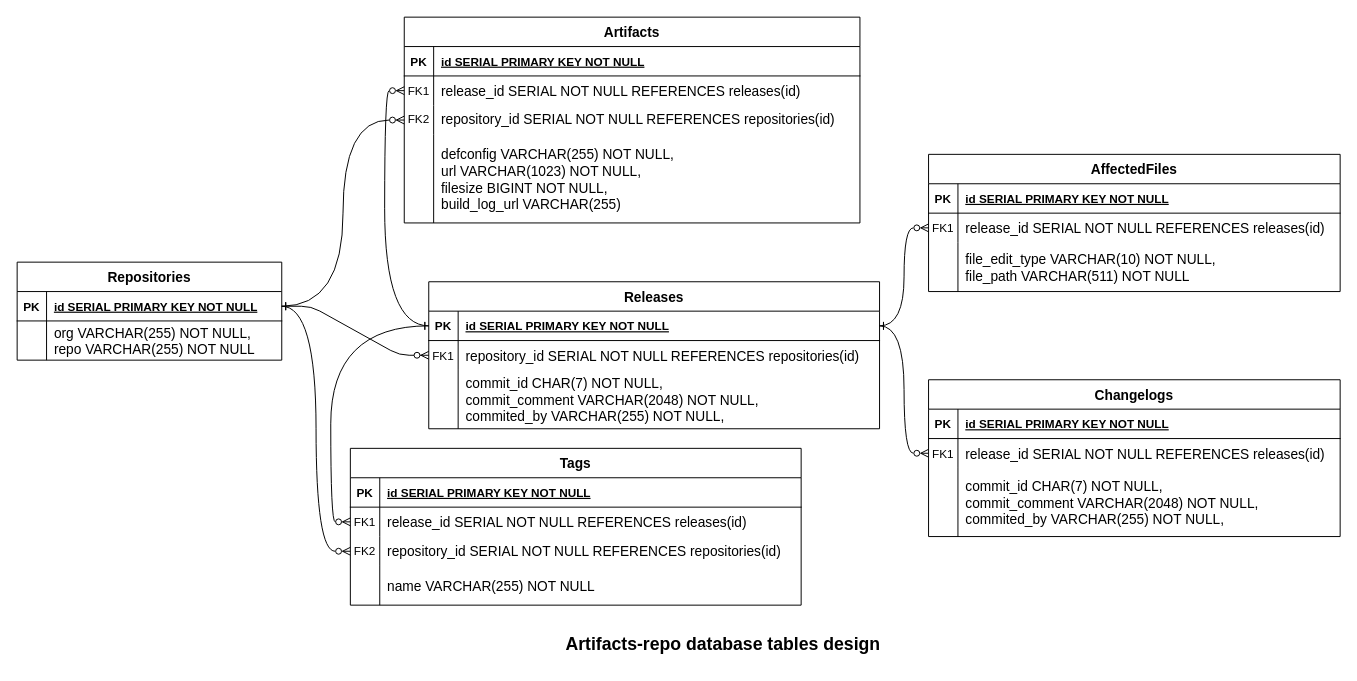
Before: artifacts-repo-db-design.drawio in gnu4cn/artifacts-repo, a draw.io diagram. Source tidied: cells renumbered, new cells numbered last; positions are measured from the earlier drawing's top-left corner, leaving out a move shared by most shapes. Both pictures are drawn from the tidied source at 98%, with x=0, y=0 at pixel (17, 17).
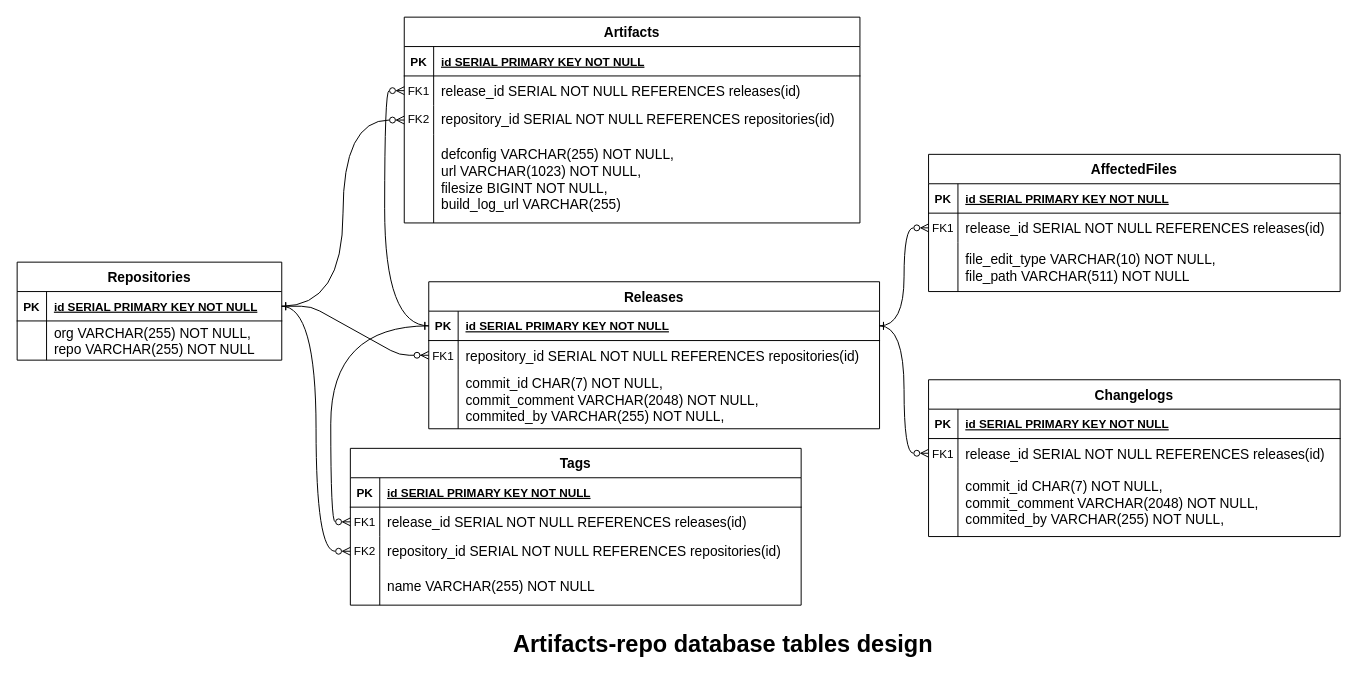
The same diagram, later.

Diff of the diagram source:
```diff
@@
-    <mxCell id="72" value="&lt;b&gt;&lt;font style=&quot;font-size: 18px;&quot;&gt;Artifacts-repo database tables design&lt;/font&gt;&lt;/b&gt;" style="text;html=1;align=center;verticalAlign=middle;strokeColor=none;fillColor=none;" parent="1" vertex="1">
-      <mxGeometry x="550" y="620" width="340" height="40" as="geometry" />
+    <mxCell id="72" value="&lt;b&gt;&lt;font style=&quot;font-size: 24px;&quot;&gt;Artifacts-repo database tables design&lt;/font&gt;&lt;/b&gt;" style="text;html=1;align=center;verticalAlign=middle;strokeColor=none;fillColor=none;" parent="1" vertex="1">
+      <mxGeometry x="495" y="620" width="450" height="40" as="geometry" />
     </mxCell>
```
